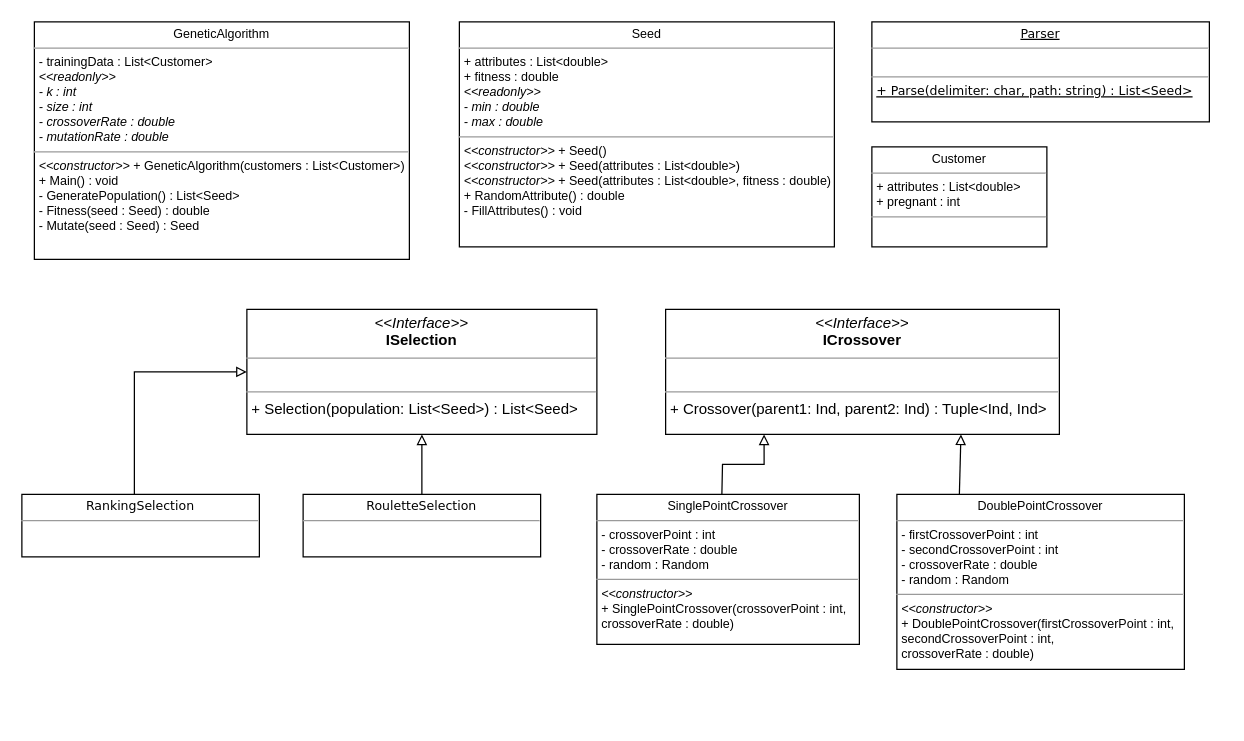
Before: GA Class Diagram.drawio in JustMike112/genetic, a draw.io diagram. Source tidied: cells renumbered, new cells numbered last; positions are measured from the earlier drawing's top-left corner, leaving out a move shared by most shapes. Both pictures are drawn from the tidied source at 125%, with x=0, y=0 at pixel (21, 21).
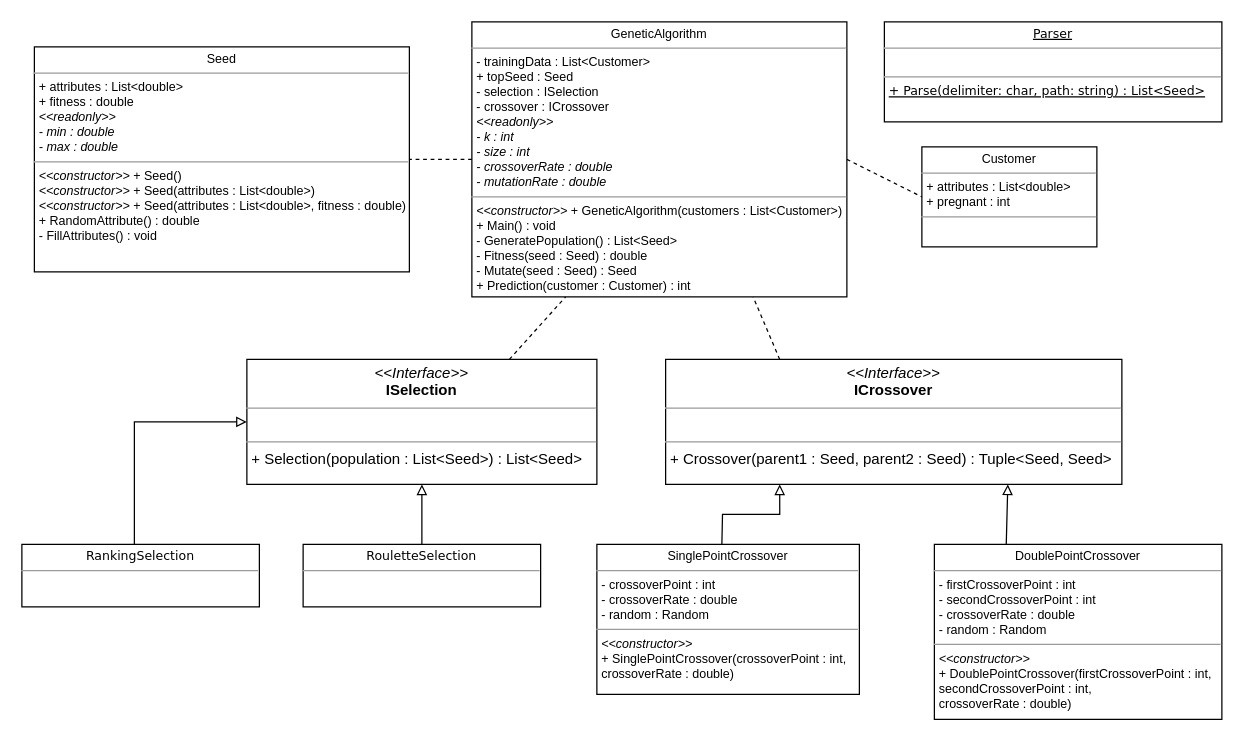
After the change.

Commit message (it also covers changes not shown here):
added intercept to customer, fixed mistakes, removed useless code, completed class diagram and added screenshot of working solution

Diff of the diagram source:
```diff
@@
-    <mxCell id="2" value="&lt;p style=&quot;margin: 0px ; margin-top: 4px ; text-align: center&quot;&gt;&lt;i&gt;&amp;lt;&amp;lt;Interface&amp;gt;&amp;gt;&lt;/i&gt;&lt;br&gt;&lt;b&gt;ISelection&lt;/b&gt;&lt;/p&gt;&lt;hr size=&quot;1&quot;&gt;&lt;p style=&quot;margin: 0px ; margin-left: 4px&quot;&gt;&lt;br&gt;&lt;/p&gt;&lt;hr size=&quot;1&quot;&gt;&lt;p style=&quot;margin: 0px ; margin-left: 4px&quot;&gt;+ Selection(population: List&amp;lt;Seed&amp;gt;) : List&amp;lt;Seed&amp;gt;&lt;/p&gt;" style="verticalAlign=top;align=left;overflow=fill;fontSize=12;fontFamily=Helvetica;html=1;rounded=0;shadow=0;comic=0;labelBackgroundColor=none;strokeColor=#000000;strokeWidth=1;fillColor=#ffffff;" parent="1" vertex="1">
-      <mxGeometry x="180" y="230" width="280" height="100" as="geometry" />
+    <mxCell id="2" value="&lt;p style=&quot;margin: 0px ; margin-top: 4px ; text-align: center&quot;&gt;&lt;i&gt;&amp;lt;&amp;lt;Interface&amp;gt;&amp;gt;&lt;/i&gt;&lt;br&gt;&lt;b&gt;ISelection&lt;/b&gt;&lt;/p&gt;&lt;hr size=&quot;1&quot;&gt;&lt;p style=&quot;margin: 0px ; margin-left: 4px&quot;&gt;&lt;br&gt;&lt;/p&gt;&lt;hr size=&quot;1&quot;&gt;&lt;p style=&quot;margin: 0px ; margin-left: 4px&quot;&gt;+ Selection(population : List&amp;lt;Seed&amp;gt;) : List&amp;lt;Seed&amp;gt;&lt;/p&gt;" style="verticalAlign=top;align=left;overflow=fill;fontSize=12;fontFamily=Helvetica;html=1;rounded=0;shadow=0;comic=0;labelBackgroundColor=none;strokeColor=#000000;strokeWidth=1;fillColor=#ffffff;" parent="1" vertex="1">
+      <mxGeometry x="180" y="270" width="280" height="100" as="geometry" />
     </mxCell>
-    <mxCell id="3" value="&lt;p style=&quot;margin: 0px ; margin-top: 4px ; text-align: center&quot;&gt;&lt;i&gt;&amp;lt;&amp;lt;Interface&amp;gt;&amp;gt;&lt;/i&gt;&lt;br&gt;&lt;b&gt;ICrossover&lt;/b&gt;&lt;/p&gt;&lt;hr size=&quot;1&quot;&gt;&lt;p style=&quot;margin: 0px ; margin-left: 4px&quot;&gt;&lt;br&gt;&lt;/p&gt;&lt;hr size=&quot;1&quot;&gt;&lt;p style=&quot;margin: 0px ; margin-left: 4px&quot;&gt;+ Crossover(parent1: Ind, parent2: Ind) : Tuple&amp;lt;Ind, Ind&amp;gt;&lt;/p&gt;" style="verticalAlign=top;align=left;overflow=fill;fontSize=12;fontFamily=Helvetica;html=1;rounded=0;shadow=0;comic=0;labelBackgroundColor=none;strokeColor=#000000;strokeWidth=1;fillColor=#ffffff;" parent="1" vertex="1">
-      <mxGeometry x="515" y="230" width="315" height="100" as="geometry" />
+    <mxCell id="3" value="&lt;p style=&quot;margin: 0px ; margin-top: 4px ; text-align: center&quot;&gt;&lt;i&gt;&amp;lt;&amp;lt;Interface&amp;gt;&amp;gt;&lt;/i&gt;&lt;br&gt;&lt;b&gt;ICrossover&lt;/b&gt;&lt;/p&gt;&lt;hr size=&quot;1&quot;&gt;&lt;p style=&quot;margin: 0px ; margin-left: 4px&quot;&gt;&lt;br&gt;&lt;/p&gt;&lt;hr size=&quot;1&quot;&gt;&lt;p style=&quot;margin: 0px ; margin-left: 4px&quot;&gt;+ Crossover(parent1 : Seed, parent2 : Seed) : Tuple&amp;lt;Seed, Seed&amp;gt;&lt;/p&gt;" style="verticalAlign=top;align=left;overflow=fill;fontSize=12;fontFamily=Helvetica;html=1;rounded=0;shadow=0;comic=0;labelBackgroundColor=none;strokeColor=#000000;strokeWidth=1;fillColor=#ffffff;" parent="1" vertex="1">
+      <mxGeometry x="515" y="270" width="365" height="100" as="geometry" />
     </mxCell>
-    <mxCell id="4" style="endArrow=block;html=1;exitX=0.5;exitY=0;exitDx=0;exitDy=0;entryX=0.75;entryY=1;entryDx=0;entryDy=0;endFill=0;strokeWidth=1;" parent="1" edge="1" target="3">
-      <mxGeometry relative="1" as="geometry">
-        <mxPoint x="750" y="378" as="sourcePoint" />
-      </mxGeometry>
+    <mxCell id="4" style="endArrow=block;html=1;exitX=0.25;exitY=0;exitDx=0;exitDy=0;entryX=0.75;entryY=1;entryDx=0;entryDy=0;endFill=0;strokeWidth=1;" parent="1" edge="1" source="13" target="3">
+      <mxGeometry relative="1" as="geometry" />
     </mxCell>
     <mxCell id="5" style="edgeStyle=orthogonalEdgeStyle;rounded=0;jettySize=auto;html=1;exitX=0.5;exitY=0;exitDx=0;exitDy=0;entryX=0.25;entryY=1;entryDx=0;entryDy=0;endArrow=block;endFill=0;strokeWidth=1;" parent="1" edge="1" target="3">
       <mxGeometry relative="1" as="geometry">
-        <mxPoint x="560" y="378" as="sourcePoint" />
+        <mxPoint x="560" y="418" as="sourcePoint" />
       </mxGeometry>
     </mxCell>
     <mxCell id="6" style="endArrow=block;html=1;exitX=0.5;exitY=0;exitDx=0;exitDy=0;entryX=0.5;entryY=1;entryDx=0;entryDy=0;endFill=0;strokeWidth=1;" parent="1" edge="1" target="2">
       <mxGeometry relative="1" as="geometry">
-        <mxPoint x="320" y="378" as="sourcePoint" />
+        <mxPoint x="320" y="418" as="sourcePoint" />
       </mxGeometry>
     </mxCell>
-    <mxCell id="7" value="&lt;p style=&quot;margin: 4px 0px 0px ; text-align: center ; font-size: 10px&quot;&gt;&lt;font&gt;GeneticAlgorithm&lt;/font&gt;&lt;/p&gt;&lt;hr size=&quot;1&quot; style=&quot;font-size: 10px&quot;&gt;&lt;p style=&quot;margin: 0px 0px 0px 4px ; font-size: 10px&quot;&gt;&lt;font style=&quot;font-size: 10px&quot;&gt;- trainingData : List&amp;lt;Customer&amp;gt;&lt;/font&gt;&lt;/p&gt;&lt;p style=&quot;margin: 0px 0px 0px 4px ; font-size: 10px&quot;&gt;&lt;font style=&quot;font-size: 10px&quot;&gt;&lt;i&gt;&amp;lt;&amp;lt;readonly&amp;gt;&amp;gt;&lt;/i&gt;&lt;/font&gt;&lt;/p&gt;&lt;p style=&quot;margin: 0px 0px 0px 4px ; font-size: 10px&quot;&gt;&lt;font style=&quot;font-size: 10px&quot;&gt;&lt;i&gt;- k : int&lt;/i&gt;&lt;/font&gt;&lt;/p&gt;&lt;p style=&quot;margin: 0px 0px 0px 4px ; font-size: 10px&quot;&gt;&lt;font style=&quot;font-size: 10px&quot;&gt;&lt;i&gt;- size : int&lt;/i&gt;&lt;/font&gt;&lt;/p&gt;&lt;p style=&quot;margin: 0px 0px 0px 4px ; font-size: 10px&quot;&gt;&lt;font style=&quot;font-size: 10px&quot;&gt;&lt;i&gt;- crossoverRate : double&lt;/i&gt;&lt;/font&gt;&lt;/p&gt;&lt;p style=&quot;margin: 0px 0px 0px 4px ; font-size: 10px&quot;&gt;&lt;font style=&quot;font-size: 10px&quot;&gt;&lt;i&gt;- mutationRate : double&lt;br&gt;&lt;/i&gt;&lt;/font&gt;&lt;/p&gt;&lt;hr size=&quot;1&quot; style=&quot;font-size: 10px&quot;&gt;&lt;p style=&quot;margin: 0px 0px 0px 4px ; font-size: 10px&quot;&gt;&lt;font style=&quot;font-size: 10px&quot;&gt;&lt;i&gt;&amp;lt;&amp;lt;constructor&amp;gt;&amp;gt; &lt;/i&gt;+ GeneticAlgorithm(customers : List&amp;lt;Customer&amp;gt;)&lt;/font&gt;&lt;/p&gt;&lt;p style=&quot;margin: 0px 0px 0px 4px ; font-size: 10px&quot;&gt;&lt;font style=&quot;font-size: 10px&quot;&gt;+ Main() : void&lt;/font&gt;&lt;/p&gt;&lt;p style=&quot;margin: 0px 0px 0px 4px ; font-size: 10px&quot;&gt;&lt;font style=&quot;font-size: 10px&quot;&gt;- GeneratePopulation() : List&amp;lt;Seed&amp;gt;&lt;/font&gt;&lt;/p&gt;&lt;p style=&quot;margin: 0px 0px 0px 4px ; font-size: 10px&quot;&gt;&lt;font style=&quot;font-size: 10px&quot;&gt;- Fitness(seed : Seed) : double&lt;/font&gt;&lt;/p&gt;&lt;p style=&quot;margin: 0px 0px 0px 4px ; font-size: 10px&quot;&gt;&lt;font style=&quot;font-size: 10px&quot;&gt;- Mutate(seed : Seed) : Seed&lt;br&gt;&lt;br&gt;&lt;/font&gt;&lt;/p&gt;" style="verticalAlign=top;align=left;overflow=fill;fontSize=12;fontFamily=Helvetica;html=1;rounded=0;shadow=0;comic=0;labelBackgroundColor=none;strokeColor=#000000;strokeWidth=1;fillColor=#ffffff;" parent="1" vertex="1">
-      <mxGeometry x="10" width="300" height="190" as="geometry" />
+    <mxCell id="7" value="&lt;p style=&quot;margin: 4px 0px 0px ; text-align: center ; font-size: 10px&quot;&gt;&lt;font&gt;GeneticAlgorithm&lt;/font&gt;&lt;/p&gt;&lt;hr size=&quot;1&quot; style=&quot;font-size: 10px&quot;&gt;&lt;p style=&quot;margin: 0px 0px 0px 4px ; font-size: 10px&quot;&gt;&lt;font style=&quot;font-size: 10px&quot;&gt;- trainingData : List&amp;lt;Customer&amp;gt;&lt;/font&gt;&lt;/p&gt;&lt;p style=&quot;margin: 0px 0px 0px 4px ; font-size: 10px&quot;&gt;&lt;font style=&quot;font-size: 10px&quot;&gt;+ topSeed : Seed&lt;/font&gt;&lt;/p&gt;&lt;p style=&quot;margin: 0px 0px 0px 4px ; font-size: 10px&quot;&gt;&lt;font style=&quot;font-size: 10px&quot;&gt;- selection : ISelection&lt;/font&gt;&lt;/p&gt;&lt;p style=&quot;margin: 0px 0px 0px 4px ; font-size: 10px&quot;&gt;&lt;font style=&quot;font-size: 10px&quot;&gt;- crossover : ICrossover&lt;/font&gt;&lt;/p&gt;&lt;p style=&quot;margin: 0px 0px 0px 4px ; font-size: 10px&quot;&gt;&lt;font style=&quot;font-size: 10px&quot;&gt;&lt;i&gt;&amp;lt;&amp;lt;readonly&amp;gt;&amp;gt;&lt;/i&gt;&lt;/font&gt;&lt;/p&gt;&lt;p style=&quot;margin: 0px 0px 0px 4px ; font-size: 10px&quot;&gt;&lt;font style=&quot;font-size: 10px&quot;&gt;&lt;i&gt;- k : int&lt;/i&gt;&lt;/font&gt;&lt;/p&gt;&lt;p style=&quot;margin: 0px 0px 0px 4px ; font-size: 10px&quot;&gt;&lt;font style=&quot;font-size: 10px&quot;&gt;&lt;i&gt;- size : int&lt;/i&gt;&lt;/font&gt;&lt;/p&gt;&lt;p style=&quot;margin: 0px 0px 0px 4px ; font-size: 10px&quot;&gt;&lt;font style=&quot;font-size: 10px&quot;&gt;&lt;i&gt;- crossoverRate : double&lt;/i&gt;&lt;/font&gt;&lt;/p&gt;&lt;p style=&quot;margin: 0px 0px 0px 4px ; font-size: 10px&quot;&gt;&lt;font style=&quot;font-size: 10px&quot;&gt;&lt;i&gt;- mutationRate : double&lt;br&gt;&lt;/i&gt;&lt;/font&gt;&lt;/p&gt;&lt;hr size=&quot;1&quot; style=&quot;font-size: 10px&quot;&gt;&lt;p style=&quot;margin: 0px 0px 0px 4px ; font-size: 10px&quot;&gt;&lt;font style=&quot;font-size: 10px&quot;&gt;&lt;i&gt;&amp;lt;&amp;lt;constructor&amp;gt;&amp;gt; &lt;/i&gt;+ GeneticAlgorithm(customers : List&amp;lt;Customer&amp;gt;)&lt;/font&gt;&lt;/p&gt;&lt;p style=&quot;margin: 0px 0px 0px 4px ; font-size: 10px&quot;&gt;&lt;font style=&quot;font-size: 10px&quot;&gt;+ Main() : void&lt;/font&gt;&lt;/p&gt;&lt;p style=&quot;margin: 0px 0px 0px 4px ; font-size: 10px&quot;&gt;&lt;font style=&quot;font-size: 10px&quot;&gt;- GeneratePopulation() : List&amp;lt;Seed&amp;gt;&lt;/font&gt;&lt;/p&gt;&lt;p style=&quot;margin: 0px 0px 0px 4px ; font-size: 10px&quot;&gt;&lt;font style=&quot;font-size: 10px&quot;&gt;- Fitness(seed : Seed) : double&lt;/font&gt;&lt;/p&gt;&lt;p style=&quot;margin: 0px 0px 0px 4px ; font-size: 10px&quot;&gt;&lt;font style=&quot;font-size: 10px&quot;&gt;- Mutate(seed : Seed) : Seed&lt;/font&gt;&lt;/p&gt;&lt;p style=&quot;margin: 0px 0px 0px 4px ; font-size: 10px&quot;&gt;&lt;font style=&quot;font-size: 10px&quot;&gt;+ Prediction(customer : Customer) : int&lt;br&gt;&lt;br&gt;&lt;/font&gt;&lt;/p&gt;" style="verticalAlign=top;align=left;overflow=fill;fontSize=12;fontFamily=Helvetica;html=1;rounded=0;shadow=0;comic=0;labelBackgroundColor=none;strokeColor=#000000;strokeWidth=1;fillColor=#ffffff;" parent="1" vertex="1">
+      <mxGeometry x="360" width="300" height="220" as="geometry" />
     </mxCell>
     <mxCell id="8" value="&lt;p style=&quot;margin: 4px 0px 0px ; text-align: center ; font-size: 10px&quot;&gt;&lt;font face=&quot;Verdana&quot;&gt;RouletteSelection&lt;/font&gt;&lt;/p&gt;&lt;hr size=&quot;1&quot; style=&quot;font-size: 10px&quot;&gt;&lt;p style=&quot;margin: 0px 0px 0px 4px ; font-size: 10px&quot;&gt;&lt;br&gt;&lt;/p&gt;&lt;p style=&quot;margin: 0px 0px 0px 4px ; font-size: 10px&quot;&gt;&lt;br&gt;&lt;/p&gt;" style="verticalAlign=top;align=left;overflow=fill;fontSize=12;fontFamily=Helvetica;html=1;rounded=0;shadow=0;comic=0;labelBackgroundColor=none;strokeColor=#000000;strokeWidth=1;fillColor=#ffffff;" parent="1" vertex="1">
-      <mxGeometry x="225" y="378" width="190" height="50" as="geometry" />
+      <mxGeometry x="225" y="418" width="190" height="50" as="geometry" />
     </mxCell>
     <mxCell id="9" value="&lt;p style=&quot;margin: 4px 0px 0px ; text-align: center ; font-size: 10px&quot;&gt;&lt;u&gt;&lt;span&gt;Parser&lt;/span&gt;&lt;br&gt;&lt;/u&gt;&lt;/p&gt;&lt;hr size=&quot;1&quot; style=&quot;font-size: 10px&quot;&gt;&lt;p style=&quot;margin: 0px 0px 0px 4px ; font-size: 10px&quot;&gt;&lt;br&gt;&lt;/p&gt;&lt;hr size=&quot;1&quot; style=&quot;font-size: 10px&quot;&gt;&lt;p style=&quot;margin: 0px 0px 0px 4px ; font-size: 10px&quot;&gt;&lt;font style=&quot;font-size: 10px&quot;&gt;&lt;u&gt;+ Parse(delimiter: char, path: string) : List&amp;lt;Seed&amp;gt;&lt;/u&gt;&lt;/font&gt;&lt;/p&gt;" style="verticalAlign=top;align=left;overflow=fill;fontSize=12;fontFamily=Verdana;html=1;rounded=0;shadow=0;comic=0;labelBackgroundColor=none;strokeColor=#000000;strokeWidth=1;fillColor=#ffffff;" parent="1" vertex="1">
-      <mxGeometry x="680" width="270" height="80" as="geometry" />
+      <mxGeometry x="690" width="270" height="80" as="geometry" />
     </mxCell>
     <mxCell id="10" value="&lt;p style=&quot;margin: 4px 0px 0px ; text-align: center ; font-size: 10px&quot;&gt;&lt;font&gt;Seed&lt;/font&gt;&lt;/p&gt;&lt;hr size=&quot;1&quot; style=&quot;font-size: 10px&quot;&gt;&lt;p style=&quot;margin: 0px 0px 0px 4px ; font-size: 10px&quot;&gt;&lt;font&gt;+ attributes : List&amp;lt;double&amp;gt;&lt;/font&gt;&lt;/p&gt;&lt;p style=&quot;margin: 0px 0px 0px 4px ; font-size: 10px&quot;&gt;&lt;font&gt;+ fitness : double&lt;/font&gt;&lt;/p&gt;&lt;p style=&quot;margin: 0px 0px 0px 4px ; font-size: 10px&quot;&gt;&lt;font&gt;&lt;i&gt;&amp;lt;&amp;lt;readonly&amp;gt;&amp;gt;&lt;/i&gt;&lt;/font&gt;&lt;/p&gt;&lt;p style=&quot;margin: 0px 0px 0px 4px ; font-size: 10px&quot;&gt;&lt;font&gt;&lt;i&gt;- min : double&lt;/i&gt;&lt;/font&gt;&lt;/p&gt;&lt;p style=&quot;margin: 0px 0px 0px 4px ; font-size: 10px&quot;&gt;&lt;font&gt;&lt;i&gt;- max : double&lt;/i&gt;&lt;/font&gt;&lt;/p&gt;&lt;hr size=&quot;1&quot; style=&quot;font-size: 10px&quot;&gt;&lt;p style=&quot;margin: 0px 0px 0px 4px ; font-size: 10px&quot;&gt;&lt;i&gt;&amp;lt;&amp;lt;constructor&amp;gt;&amp;gt;&lt;/i&gt; + Seed()&lt;/p&gt;&lt;p style=&quot;margin: 0px 0px 0px 4px ; font-size: 10px&quot;&gt;&lt;i&gt;&amp;lt;&amp;lt;constructor&amp;gt;&amp;gt;&lt;/i&gt; + Seed(attributes : List&amp;lt;double&amp;gt;)&lt;/p&gt;&lt;p style=&quot;margin: 0px 0px 0px 4px ; font-size: 10px&quot;&gt;&lt;i&gt;&amp;lt;&amp;lt;constructor&amp;gt;&amp;gt;&lt;/i&gt; + Seed(attributes : List&amp;lt;double&amp;gt;, fitness : double)&lt;/p&gt;&lt;p style=&quot;margin: 0px 0px 0px 4px ; font-size: 10px&quot;&gt;+ RandomAttribute() : double&lt;/p&gt;&lt;p style=&quot;margin: 0px 0px 0px 4px ; font-size: 10px&quot;&gt;- FillAttributes() : void&lt;/p&gt;" style="verticalAlign=top;align=left;overflow=fill;fontSize=12;fontFamily=Helvetica;html=1;rounded=0;shadow=0;comic=0;labelBackgroundColor=none;strokeColor=#000000;strokeWidth=1;fillColor=#ffffff;" parent="1" vertex="1">
-      <mxGeometry x="350" width="300" height="180" as="geometry" />
+      <mxGeometry x="10" y="20" width="300" height="180" as="geometry" />
     </mxCell>
     <mxCell id="11" value="&lt;p style=&quot;margin: 4px 0px 0px ; text-align: center ; font-size: 10px&quot;&gt;&lt;font&gt;Customer&lt;/font&gt;&lt;/p&gt;&lt;hr size=&quot;1&quot; style=&quot;font-size: 10px&quot;&gt;&lt;p style=&quot;margin: 0px 0px 0px 4px ; font-size: 10px&quot;&gt;&lt;font&gt;+ attributes : List&amp;lt;double&amp;gt;&lt;/font&gt;&lt;/p&gt;&lt;p style=&quot;margin: 0px 0px 0px 4px ; font-size: 10px&quot;&gt;&lt;font&gt;+ pregnant : int&lt;/font&gt;&lt;/p&gt;&lt;hr size=&quot;1&quot; style=&quot;font-size: 10px&quot;&gt;&lt;p style=&quot;margin: 0px 0px 0px 4px ; font-size: 10px&quot;&gt;&lt;br&gt;&lt;/p&gt;" style="verticalAlign=top;align=left;overflow=fill;fontSize=12;fontFamily=Helvetica;html=1;rounded=0;shadow=0;comic=0;labelBackgroundColor=none;strokeColor=#000000;strokeWidth=1;fillColor=#ffffff;" parent="1" vertex="1">
-      <mxGeometry x="680" y="100" width="140" height="80" as="geometry" />
+      <mxGeometry x="720" y="100" width="140" height="80" as="geometry" />
     </mxCell>
     <mxCell id="12" value="&lt;p style=&quot;margin: 4px 0px 0px ; text-align: center ; font-size: 10px&quot;&gt;&lt;font&gt;SinglePointCrossover&lt;/font&gt;&lt;/p&gt;&lt;hr size=&quot;1&quot; style=&quot;font-size: 10px&quot;&gt;&lt;p style=&quot;margin: 0px 0px 0px 4px ; font-size: 10px&quot;&gt;&lt;font style=&quot;font-size: 10px&quot;&gt;- crossoverPoint : int&lt;/font&gt;&lt;/p&gt;&lt;p style=&quot;margin: 0px 0px 0px 4px ; font-size: 10px&quot;&gt;&lt;font style=&quot;font-size: 10px&quot;&gt;- crossoverRate : double&lt;/font&gt;&lt;/p&gt;&lt;p style=&quot;margin: 0px 0px 0px 4px ; font-size: 10px&quot;&gt;&lt;font style=&quot;font-size: 10px&quot;&gt;- random : Random&lt;/font&gt;&lt;/p&gt;&lt;hr size=&quot;1&quot; style=&quot;font-size: 10px&quot;&gt;&lt;p style=&quot;margin: 0px 0px 0px 4px ; font-size: 10px&quot;&gt;&lt;font style=&quot;font-size: 10px&quot;&gt;&lt;i&gt;&amp;lt;&amp;lt;constructor&amp;gt;&amp;gt;&lt;/i&gt;&lt;/font&gt;&lt;/p&gt;&lt;p style=&quot;margin: 0px 0px 0px 4px ; font-size: 10px&quot;&gt;&lt;font style=&quot;font-size: 10px&quot;&gt;+ SinglePointCrossover(crossoverPoint : int,&lt;/font&gt;&lt;/p&gt;&lt;p style=&quot;margin: 0px 0px 0px 4px ; font-size: 10px&quot;&gt;&lt;font style=&quot;font-size: 10px&quot;&gt;crossoverRate : double)&lt;/font&gt;&lt;/p&gt;" style="verticalAlign=top;align=left;overflow=fill;fontSize=12;fontFamily=Helvetica;html=1;rounded=0;shadow=0;comic=0;labelBackgroundColor=none;strokeColor=#000000;strokeWidth=1;fillColor=#ffffff;" parent="1" vertex="1">
-      <mxGeometry x="460" y="378" width="210" height="120" as="geometry" />
+      <mxGeometry x="460" y="418" width="210" height="120" as="geometry" />
     </mxCell>
     <mxCell id="13" value="&lt;p style=&quot;margin: 4px 0px 0px ; text-align: center ; font-size: 10px&quot;&gt;&lt;font&gt;DoublePointCrossover&lt;/font&gt;&lt;/p&gt;&lt;hr size=&quot;1&quot; style=&quot;font-size: 10px&quot;&gt;&lt;p style=&quot;margin: 0px 0px 0px 4px ; font-size: 10px&quot;&gt;&lt;font style=&quot;font-size: 10px&quot;&gt;- firstCrossoverPoint : int&lt;/font&gt;&lt;/p&gt;&lt;p style=&quot;margin: 0px 0px 0px 4px ; font-size: 10px&quot;&gt;&lt;font style=&quot;font-size: 10px&quot;&gt;- secondCrossoverPoint : int&lt;/font&gt;&lt;/p&gt;&lt;p style=&quot;margin: 0px 0px 0px 4px ; font-size: 10px&quot;&gt;&lt;font style=&quot;font-size: 10px&quot;&gt;- crossoverRate : double&lt;/font&gt;&lt;/p&gt;&lt;p style=&quot;margin: 0px 0px 0px 4px ; font-size: 10px&quot;&gt;&lt;font style=&quot;font-size: 10px&quot;&gt;- random : Random&lt;/font&gt;&lt;/p&gt;&lt;hr size=&quot;1&quot; style=&quot;font-size: 10px&quot;&gt;&lt;p style=&quot;margin: 0px 0px 0px 4px ; font-size: 10px&quot;&gt;&lt;font style=&quot;font-size: 10px&quot;&gt;&lt;i&gt;&amp;lt;&amp;lt;constructor&amp;gt;&amp;gt;&lt;/i&gt;&lt;/font&gt;&lt;/p&gt;&lt;p style=&quot;margin: 0px 0px 0px 4px ; font-size: 10px&quot;&gt;&lt;font style=&quot;font-size: 10px&quot;&gt;+ DoublePointCrossover(firstCrossoverPoint : int,&lt;/font&gt;&lt;/p&gt;&lt;p style=&quot;margin: 0px 0px 0px 4px ; font-size: 10px&quot;&gt;&lt;font style=&quot;font-size: 10px&quot;&gt;secondCrossoverPoint : int,&amp;nbsp;&lt;/font&gt;&lt;/p&gt;&lt;p style=&quot;margin: 0px 0px 0px 4px ; font-size: 10px&quot;&gt;&lt;font style=&quot;font-size: 10px&quot;&gt;crossoverRate : double)&lt;/font&gt;&lt;/p&gt;" style="verticalAlign=top;align=left;overflow=fill;fontSize=12;fontFamily=Helvetica;html=1;rounded=0;shadow=0;comic=0;labelBackgroundColor=none;strokeColor=#000000;strokeWidth=1;fillColor=#ffffff;" parent="1" vertex="1">
-      <mxGeometry x="700" y="378" width="230" height="140" as="geometry" />
+      <mxGeometry x="730" y="418" width="230" height="140" as="geometry" />
     </mxCell>
     <mxCell id="14" style="endArrow=block;html=1;exitX=0.5;exitY=0;exitDx=0;exitDy=0;endFill=0;strokeWidth=1;entryX=0;entryY=0.5;entryDx=0;entryDy=0;rounded=0;" parent="1" edge="1" target="2">
       <mxGeometry relative="1" as="geometry">
-        <mxPoint x="90" y="378" as="sourcePoint" />
+        <mxPoint x="90" y="418" as="sourcePoint" />
         <Array as="points">
-          <mxPoint x="90" y="280" />
+          <mxPoint x="90" y="320" />
         </Array>
       </mxGeometry>
     </mxCell>
     <mxCell id="15" value="&lt;p style=&quot;margin: 4px 0px 0px ; text-align: center ; font-size: 10px&quot;&gt;&lt;font face=&quot;Verdana&quot;&gt;RankingSelection&lt;/font&gt;&lt;/p&gt;&lt;hr size=&quot;1&quot; style=&quot;font-size: 10px&quot;&gt;&lt;p style=&quot;margin: 0px 0px 0px 4px ; font-size: 10px&quot;&gt;&lt;br&gt;&lt;/p&gt;&lt;p style=&quot;margin: 0px 0px 0px 4px ; font-size: 10px&quot;&gt;&lt;br&gt;&lt;/p&gt;" style="verticalAlign=top;align=left;overflow=fill;fontSize=12;fontFamily=Helvetica;html=1;rounded=0;shadow=0;comic=0;labelBackgroundColor=none;strokeColor=#000000;strokeWidth=1;fillColor=#ffffff;" parent="1" vertex="1">
-      <mxGeometry y="378" width="190" height="50" as="geometry" />
+      <mxGeometry y="418" width="190" height="50" as="geometry" />
     </mxCell>
+    <mxCell id="16" style="endArrow=none;dashed=1;html=1;entryX=0.25;entryY=1;entryDx=0;entryDy=0;exitX=0.75;exitY=0;exitDx=0;exitDy=0;" parent="1" edge="1" source="2" target="7">
+      <mxGeometry relative="1" as="geometry" />
+    </mxCell>
+    <mxCell id="17" style="endArrow=none;dashed=1;html=1;entryX=0.75;entryY=1;entryDx=0;entryDy=0;exitX=0.25;exitY=0;exitDx=0;exitDy=0;" parent="1" edge="1" source="3" target="7">
+      <mxGeometry relative="1" as="geometry" />
+    </mxCell>
+    <mxCell id="18" style="endArrow=none;dashed=1;html=1;entryX=1;entryY=0.5;entryDx=0;entryDy=0;exitX=0;exitY=0.5;exitDx=0;exitDy=0;" parent="1" edge="1" source="7" target="10">
+      <mxGeometry relative="1" as="geometry" />
+    </mxCell>
+    <mxCell id="19" style="endArrow=none;dashed=1;html=1;entryX=0;entryY=0.5;entryDx=0;entryDy=0;exitX=1;exitY=0.5;exitDx=0;exitDy=0;" parent="1" edge="1" source="7" target="11">
+      <mxGeometry relative="1" as="geometry" />
+    </mxCell>
```
